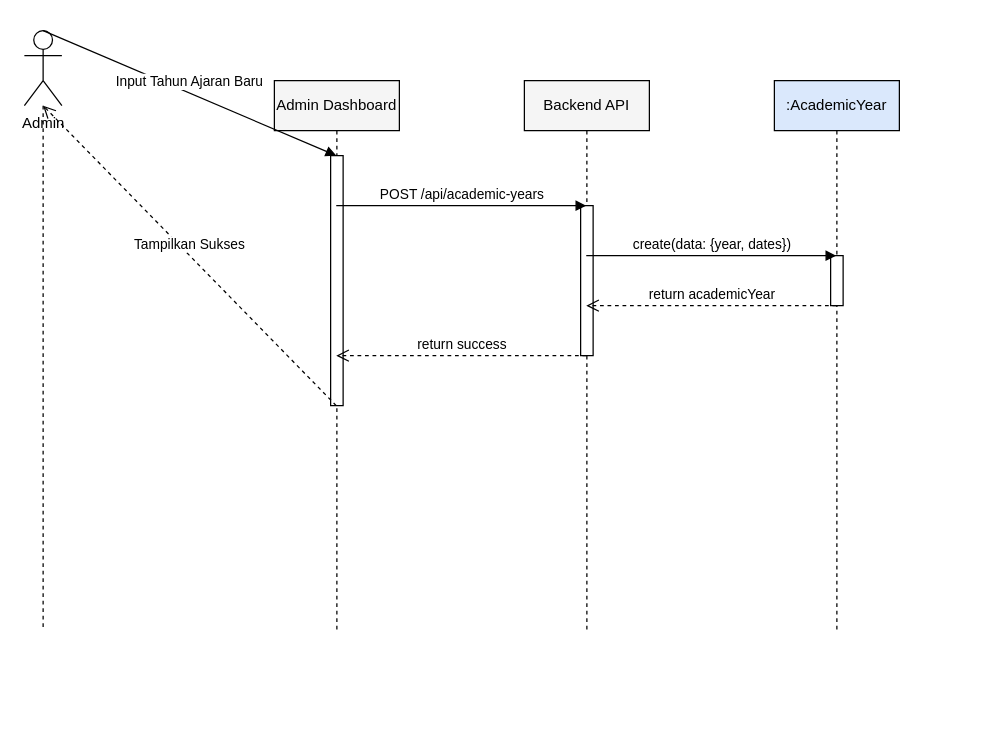
Earlier version of the draw.io diagram docs/sequence_admin_create_academic_year.drawio (muhammaddzaki123/adminkassmpit). Source tidied: cells renumbered, new cells numbered last; positions are measured from the earlier drawing's top-left corner, leaving out a move shared by most shapes. Both pictures are drawn from the tidied source at 125%, with x=0, y=0 at pixel (24, 30).
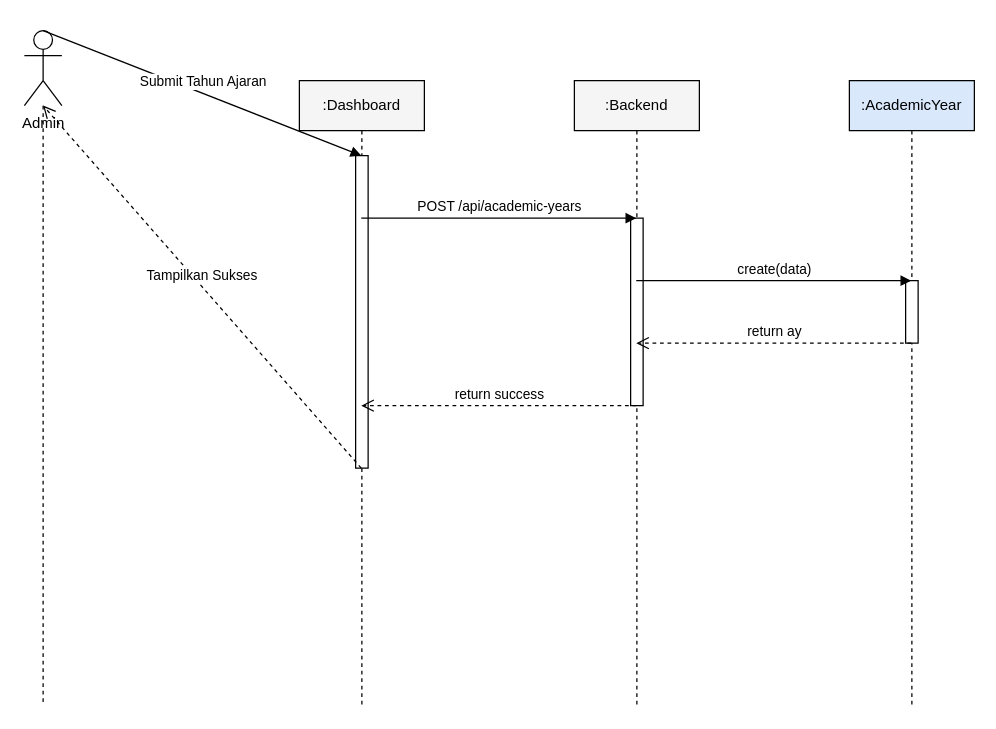
After the change.

Diff of the diagram source:
```diff
@@
 <mxGraphModel>
   <root>
     <mxCell id="0" />
     <mxCell id="1" parent="0" />
     <mxCell id="2" value="Admin" style="shape=umlActor;verticalLabelPosition=bottom;verticalAlign=top;html=1;outlineConnect=0;" parent="1" vertex="1">
       <mxGeometry width="30" height="60" as="geometry" />
     </mxCell>
     <mxCell id="3" style="endArrow=none;dashed=1;html=1;" parent="1" edge="1" source="2">
       <mxGeometry relative="1" as="geometry">
-        <mxPoint x="15" y="480" as="targetPoint" />
+        <mxPoint x="15" y="540" as="targetPoint" />
       </mxGeometry>
     </mxCell>
-    <mxCell id="4" value="Admin Dashboard" style="shape=umlLifeline;perimeter=lifelinePerimeter;whiteSpace=wrap;html=1;outlineConnect=0;fillColor=#f5f5f5;" parent="1" vertex="1">
-      <mxGeometry x="200" y="40" width="100" height="440" as="geometry" />
+    <mxCell id="4" value=":Dashboard" style="shape=umlLifeline;perimeter=lifelinePerimeter;whiteSpace=wrap;html=1;outlineConnect=0;fillColor=#f5f5f5;" parent="1" vertex="1">
+      <mxGeometry x="220" y="40" width="100" height="500" as="geometry" />
     </mxCell>
-    <mxCell id="5" value="Backend API" style="shape=umlLifeline;perimeter=lifelinePerimeter;whiteSpace=wrap;html=1;outlineConnect=0;fillColor=#f5f5f5;" parent="1" vertex="1">
-      <mxGeometry x="400" y="40" width="100" height="440" as="geometry" />
+    <mxCell id="5" value=":Backend" style="shape=umlLifeline;perimeter=lifelinePerimeter;whiteSpace=wrap;html=1;outlineConnect=0;fillColor=#f5f5f5;" parent="1" vertex="1">
+      <mxGeometry x="440" y="40" width="100" height="500" as="geometry" />
     </mxCell>
     <mxCell id="6" value=":AcademicYear" style="shape=umlLifeline;perimeter=lifelinePerimeter;whiteSpace=wrap;html=1;outlineConnect=0;fillColor=#dae8fc;" parent="1" vertex="1">
-      <mxGeometry x="600" y="40" width="100" height="440" as="geometry" />
+      <mxGeometry x="660" y="40" width="100" height="500" as="geometry" />
     </mxCell>
     <mxCell id="7" style="html=1;perimeter=orthogonalPerimeter;fillColor=#FFFFFF;strokeColor=#000000;" parent="1" vertex="1">
-      <mxGeometry x="645" y="180" width="10" height="40" as="geometry" />
+      <mxGeometry x="705" y="200" width="10" height="50" as="geometry" />
     </mxCell>
     <mxCell id="8" style="html=1;perimeter=orthogonalPerimeter;fillColor=#FFFFFF;strokeColor=#000000;" parent="1" vertex="1">
-      <mxGeometry x="445" y="140" width="10" height="120" as="geometry" />
+      <mxGeometry x="485" y="150" width="10" height="150" as="geometry" />
     </mxCell>
     <mxCell id="9" style="html=1;perimeter=orthogonalPerimeter;fillColor=#FFFFFF;strokeColor=#000000;" parent="1" vertex="1">
-      <mxGeometry x="245" y="100" width="10" height="200" as="geometry" />
+      <mxGeometry x="265" y="100" width="10" height="250" as="geometry" />
     </mxCell>
-    <mxCell id="10" value="Input Tahun Ajaran Baru" style="html=1;verticalAlign=bottom;endArrow=block;rounded=0;entryX=0.5;entryY=0.13636363636363635;exitX=0.5;exitY=0.13636363636363635;" parent="1" edge="1" source="2" target="4">
+    <mxCell id="10" value="Submit Tahun Ajaran" style="html=1;verticalAlign=bottom;endArrow=block;rounded=0;entryX=0.5;entryY=0.12;exitX=0.5;exitY=0.12;" parent="1" edge="1" source="2" target="4">
       <mxGeometry relative="1" as="geometry" />
     </mxCell>
-    <mxCell id="11" value="POST /api/academic-years" style="html=1;verticalAlign=bottom;endArrow=block;rounded=0;entryX=0.5;entryY=0.22727272727272727;exitX=0.5;exitY=0.22727272727272727;" parent="1" edge="1" source="4" target="5">
+    <mxCell id="11" value="POST /api/academic-years" style="html=1;verticalAlign=bottom;endArrow=block;rounded=0;entryX=0.5;entryY=0.22;exitX=0.5;exitY=0.22;" parent="1" edge="1" source="4" target="5">
       <mxGeometry relative="1" as="geometry" />
     </mxCell>
-    <mxCell id="12" value="create(data: {year, dates})" style="html=1;verticalAlign=bottom;endArrow=block;rounded=0;entryX=0.5;entryY=0.3181818181818182;exitX=0.5;exitY=0.3181818181818182;" parent="1" edge="1" source="5" target="6">
+    <mxCell id="12" value="create(data)" style="html=1;verticalAlign=bottom;endArrow=block;rounded=0;entryX=0.5;entryY=0.32;exitX=0.5;exitY=0.32;" parent="1" edge="1" source="5" target="6">
       <mxGeometry relative="1" as="geometry" />
     </mxCell>
-    <mxCell id="13" value="return academicYear" style="html=1;verticalAlign=bottom;endArrow=open;dashed=1;endSize=8;rounded=0;entryX=0.5;entryY=0.4090909090909091;exitX=0.5;exitY=0.4090909090909091;" parent="1" edge="1" source="6" target="5">
+    <mxCell id="13" value="return ay" style="html=1;verticalAlign=bottom;endArrow=open;dashed=1;endSize=8;rounded=0;entryX=0.5;entryY=0.42;exitX=0.5;exitY=0.42;" parent="1" edge="1" source="6" target="5">
       <mxGeometry relative="1" as="geometry" />
     </mxCell>
-    <mxCell id="14" value="return success" style="html=1;verticalAlign=bottom;endArrow=open;dashed=1;endSize=8;rounded=0;entryX=0.5;entryY=0.5;exitX=0.5;exitY=0.5;" parent="1" edge="1" source="5" target="4">
+    <mxCell id="14" value="return success" style="html=1;verticalAlign=bottom;endArrow=open;dashed=1;endSize=8;rounded=0;entryX=0.5;entryY=0.52;exitX=0.5;exitY=0.52;" parent="1" edge="1" source="5" target="4">
       <mxGeometry relative="1" as="geometry" />
     </mxCell>
-    <mxCell id="15" value="Tampilkan Sukses" style="html=1;verticalAlign=bottom;endArrow=open;dashed=1;endSize=8;rounded=0;entryX=0.5;entryY=0.5909090909090909;exitX=0.5;exitY=0.5909090909090909;" parent="1" edge="1" source="4" target="2">
+    <mxCell id="15" value="Tampilkan Sukses" style="html=1;verticalAlign=bottom;endArrow=open;dashed=1;endSize=8;rounded=0;entryX=0.5;entryY=0.62;exitX=0.5;exitY=0.62;" parent="1" edge="1" source="4" target="2">
       <mxGeometry relative="1" as="geometry" />
     </mxCell>
   </root>
 </mxGraphModel>
```
